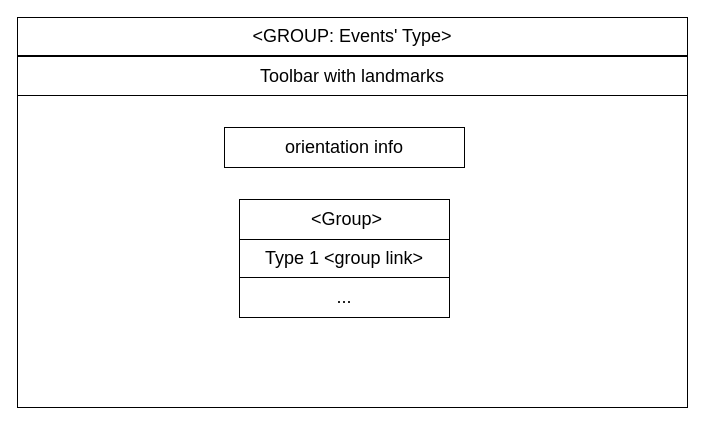
Earlier version of the draw.io diagram other/documentation/frontend/DRAW IO desing/events type.drawio (LeonardoPanizzo/hypermedia2019). Source tidied: cells renumbered, new cells numbered last; positions are measured from the earlier drawing's top-left corner, leaving out a move shared by most shapes. Both pictures are drawn from the tidied source at 100%, with x=0, y=0 at pixel (17, 17).
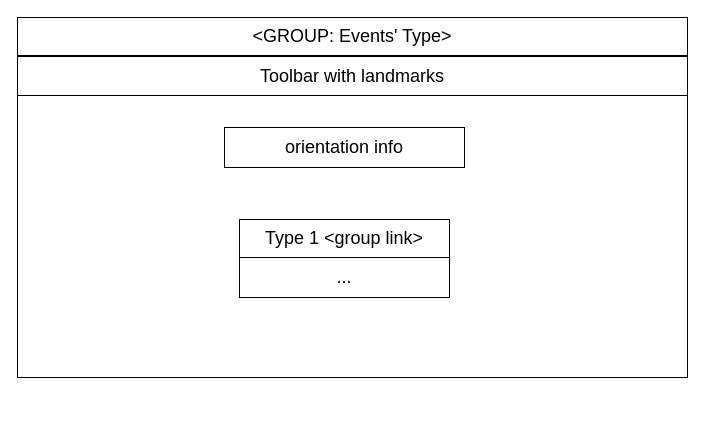
The same diagram, later.

The edit, as a diff of the source:
```diff
@@
 <mxGraphModel>
   <root>
     <mxCell id="0" />
     <mxCell id="1" parent="0" />
     <mxCell id="2" style="rounded=0;whiteSpace=wrap;html=1;" parent="1" vertex="1">
-      <mxGeometry width="670" height="390" as="geometry" />
+      <mxGeometry width="670" height="360" as="geometry" />
     </mxCell>
     <mxCell id="3" value="&lt;div style=&quot;text-align: left ; font-size: 18px&quot;&gt;&lt;span&gt;&amp;lt;GROUP: Events' Type&amp;gt;&lt;/span&gt;&lt;br&gt;&lt;/div&gt;" style="rounded=0;whiteSpace=wrap;html=1;fontSize=18;" parent="1" vertex="1">
       <mxGeometry width="670" height="38" as="geometry" />
     </mxCell>
     <mxCell id="4" value="Toolbar with landmarks" style="rounded=0;whiteSpace=wrap;html=1;fontSize=18;" parent="1" vertex="1">
       <mxGeometry y="39" width="670" height="39" as="geometry" />
     </mxCell>
     <mxCell id="5" value="orientation info" style="rounded=0;whiteSpace=wrap;html=1;fontSize=18;" parent="1" vertex="1">
       <mxGeometry x="207" y="110" width="240" height="40" as="geometry" />
     </mxCell>
-    <mxCell id="6" value="&amp;nbsp;&amp;lt;Group&amp;gt;" style="rounded=0;whiteSpace=wrap;html=1;fontSize=18;" parent="1" vertex="1">
-      <mxGeometry x="222" y="182" width="210" height="40" as="geometry" />
-    </mxCell>
     <mxCell id="7" value="..." style="rounded=0;whiteSpace=wrap;html=1;fontSize=18;" parent="1" vertex="1">
-      <mxGeometry x="222" y="260" width="210" height="40" as="geometry" />
+      <mxGeometry x="222" y="240" width="210" height="40" as="geometry" />
     </mxCell>
     <mxCell id="8" value="Type 1 &amp;lt;group link&amp;gt;" style="rounded=0;whiteSpace=wrap;html=1;fontSize=18;" parent="1" vertex="1">
-      <mxGeometry x="222" y="222" width="210" height="38" as="geometry" />
+      <mxGeometry x="222" y="202" width="210" height="38" as="geometry" />
     </mxCell>
   </root>
 </mxGraphModel>
```
